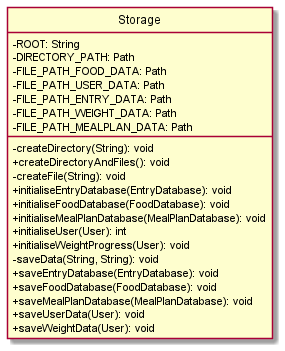
The PlantUML diagram docs/diagrams-DG/Storage_class.png in praj-bellakka/tp, before a commit. Its diagram source:
```plantuml
@startuml

hide circle
skinparam classAttributeIconSize 0

class Storage {
-ROOT: String
-DIRECTORY_PATH: Path
-FILE_PATH_FOOD_DATA: Path
-FILE_PATH_USER_DATA: Path
-FILE_PATH_ENTRY_DATA: Path
-FILE_PATH_WEIGHT_DATA: Path
-FILE_PATH_MEALPLAN_DATA: Path
-createDirectory(String): void
+createDirectoryAndFiles(): void
-createFile(String): void
+initialiseEntryDatabase(EntryDatabase): void
+initialiseFoodDatabase(FoodDatabase): void
+initialiseMealPlanDatabase(MealPlanDatabase): void
+initialiseUser(User): int
+initialiseWeightProgress(User): void
-saveData(String, String): void
+saveEntryDatabase(EntryDatabase): void
+saveFoodDatabase(FoodDatabase): void
+saveMealPlanDatabase(MealPlanDatabase): void
+saveUserData(User): void
+saveWeightData(User): void
}


@enduml
```
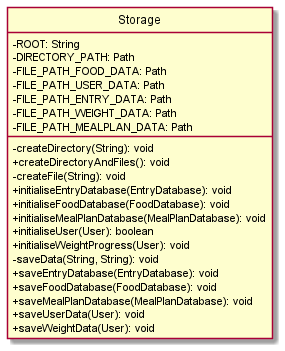
Later version of the same file.

Diff of the diagram source:
```diff
@@ -17,7 +17,7 @@
 +initialiseEntryDatabase(EntryDatabase): void
 +initialiseFoodDatabase(FoodDatabase): void
 +initialiseMealPlanDatabase(MealPlanDatabase): void
-+initialiseUser(User): int
++initialiseUser(User): boolean
 +initialiseWeightProgress(User): void
 -saveData(String, String): void
 +saveEntryDatabase(EntryDatabase): void
```
